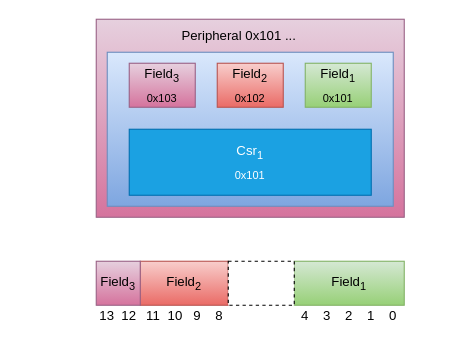
Earlier version of the draw.io diagram images/csr_fields.drawio (onsdagens/veryl_csr). Source tidied: cells renumbered, new cells numbered last; positions are measured from the earlier drawing's top-left corner, leaving out a move shared by most shapes. Both pictures are drawn from the tidied source at 110%, with x=0, y=0 at pixel (63, 19).
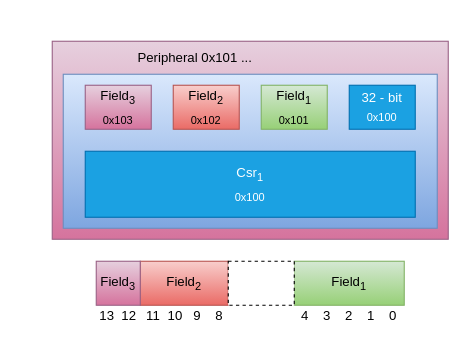
The same diagram, later.

What changed in the source:
```diff
@@
     <mxCell id="2" style="rounded=0;whiteSpace=wrap;html=1;fillColor=#e6d0de;gradientColor=#d5739d;strokeColor=#996185;" parent="1" vertex="1">
-      <mxGeometry x="30" width="280" height="180" as="geometry" />
+      <mxGeometry x="-10" y="20" width="360" height="180" as="geometry" />
     </mxCell>
     <mxCell id="3" style="rounded=0;whiteSpace=wrap;html=1;fillColor=#dae8fc;strokeColor=#6c8ebf;gradientColor=#7ea6e0;" parent="1" vertex="1">
-      <mxGeometry x="40" y="30" width="260" height="140" as="geometry" />
+      <mxGeometry y="50" width="340" height="140" as="geometry" />
     </mxCell>
-    <mxCell id="4" value="Csr&lt;sub&gt;1&lt;/sub&gt;&lt;div&gt;&lt;sub&gt;0x101&lt;/sub&gt;&lt;/div&gt;" style="rounded=0;whiteSpace=wrap;html=1;fillColor=#1ba1e2;fontColor=#ffffff;strokeColor=#006EAF;" parent="1" vertex="1">
-      <mxGeometry x="60" y="100" width="220" height="60" as="geometry" />
+    <mxCell id="4" value="Csr&lt;sub&gt;1&lt;/sub&gt;&lt;div&gt;&lt;sub&gt;0x100&lt;/sub&gt;&lt;/div&gt;" style="rounded=0;whiteSpace=wrap;html=1;fillColor=#1ba1e2;fontColor=#ffffff;strokeColor=#006EAF;" parent="1" vertex="1">
+      <mxGeometry x="20" y="120" width="300" height="60" as="geometry" />
     </mxCell>
     <mxCell id="5" value="Field&lt;sub&gt;1&lt;br&gt;0x101&lt;/sub&gt;" style="rounded=0;whiteSpace=wrap;html=1;fillColor=#d5e8d4;strokeColor=#82b366;gradientColor=#97d077;" parent="1" vertex="1">
-      <mxGeometry x="220" y="40" width="60" height="40" as="geometry" />
+      <mxGeometry x="180" y="60" width="60" height="40" as="geometry" />
     </mxCell>
     <mxCell id="6" value="Field&lt;sub&gt;3&lt;/sub&gt;&lt;div&gt;&lt;sub&gt;0x103&lt;/sub&gt;&lt;/div&gt;" style="rounded=0;whiteSpace=wrap;html=1;fillColor=#e6d0de;strokeColor=#996185;gradientColor=#d5739d;" parent="1" vertex="1">
-      <mxGeometry x="60" y="40" width="60" height="40" as="geometry" />
+      <mxGeometry x="20" y="60" width="60" height="40" as="geometry" />
     </mxCell>
     <mxCell id="7" value="Peripheral 0x101 ..." style="text;html=1;align=center;verticalAlign=middle;whiteSpace=wrap;rounded=0;" parent="1" vertex="1">
-      <mxGeometry width="320" height="30" as="geometry" />
+      <mxGeometry x="-40" y="20" width="320" height="30" as="geometry" />
     </mxCell>
     <mxCell id="8" value="Field&lt;sub&gt;2&lt;/sub&gt;&lt;div&gt;&lt;sub&gt;0x102&lt;/sub&gt;&lt;/div&gt;" style="rounded=0;whiteSpace=wrap;html=1;fillColor=#f8cecc;strokeColor=#b85450;gradientColor=#ea6b66;" parent="1" vertex="1">
-      <mxGeometry x="140" y="40" width="60" height="40" as="geometry" />
+      <mxGeometry x="100" y="60" width="60" height="40" as="geometry" />
     </mxCell>
@@
+    <mxCell id="24" value="32 - bit&lt;br&gt;&lt;sub&gt;0x100&lt;/sub&gt;" style="rounded=0;whiteSpace=wrap;html=1;fillColor=#1ba1e2;strokeColor=#006EAF;gradientColor=none;align=center;verticalAlign=middle;fontFamily=Helvetica;fontSize=12;fontColor=#ffffff;" parent="1" vertex="1">
+      <mxGeometry x="260" y="60" width="60" height="40" as="geometry" />
+    </mxCell>
```
